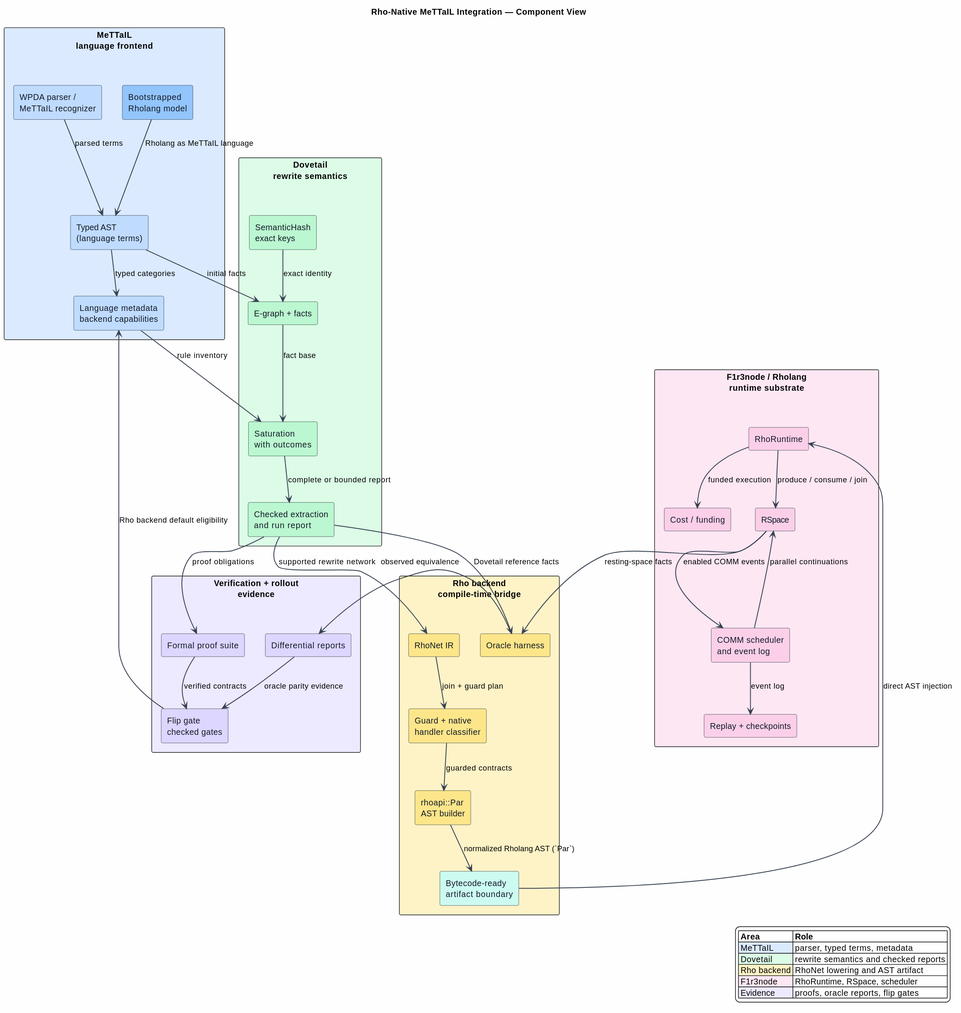
F1R3FLY-io/mettail-rust keeps this PlantUML diagram as docs/architecture/rho-native-integration/figures/README.svg. Above is the earlier version.
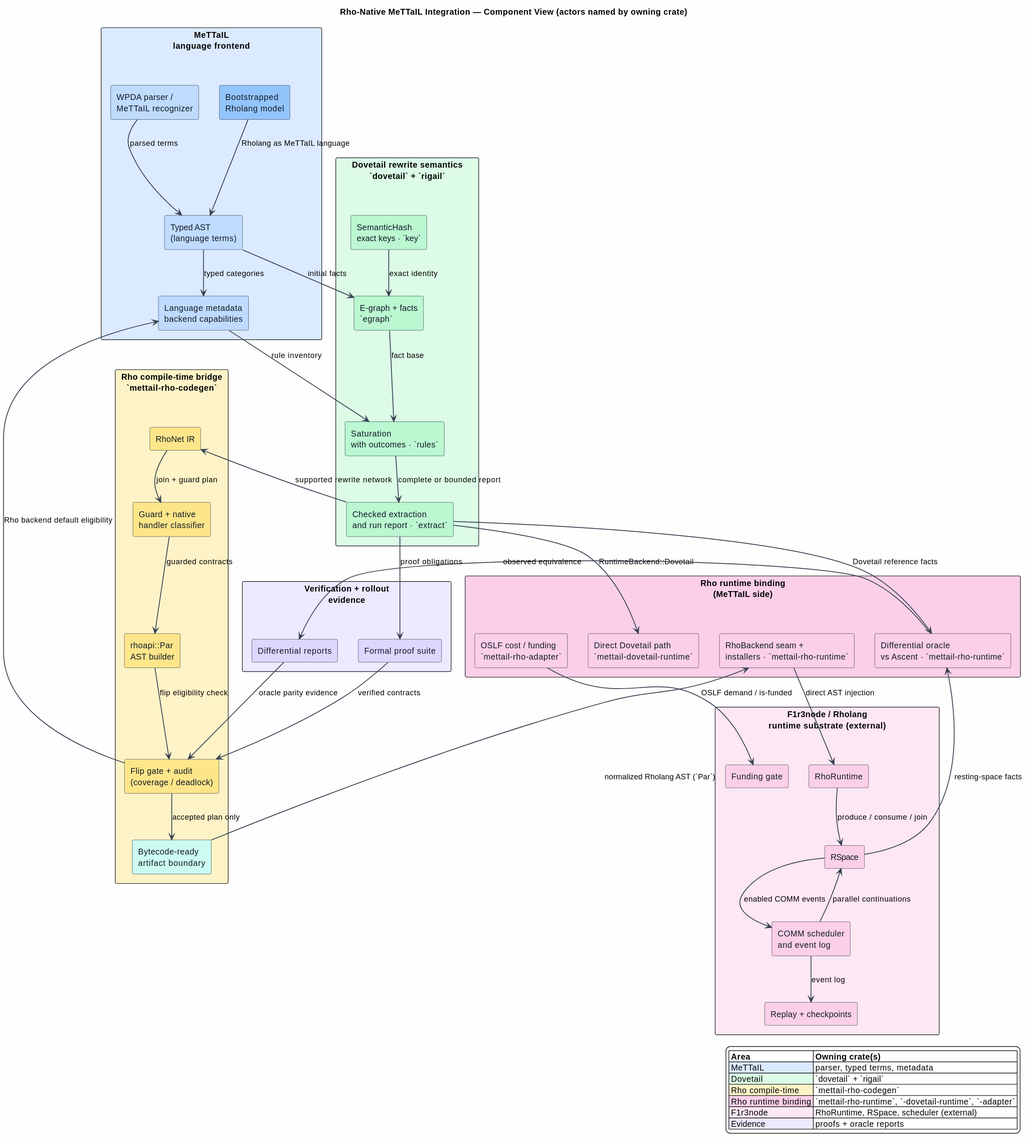
Later version of the same file.

Commit message:
Refine diagram actors: name owning crates, fix misattributions (DOC-6)

Change to the diagram source:
```diff
@@ -1,5 +1,5 @@
 @startuml
-title Rho-Native MeTTaIL Integration — Component View
+title Rho-Native MeTTaIL Integration — Component View (actors named by owning crate)
 
 skinparam backgroundColor #FEFEFE
 skinparam componentStyle rectangle
@@ -18,33 +18,39 @@
   component "Bootstrapped\nRholang model" as RhoModel #93C5FD
 }
 
-rectangle "Dovetail\nrewrite semantics" as D #DCFCE7 {
-  component "SemanticHash\nexact keys" as Keys #BBF7D0
-  component "E-graph + facts" as EGraph #BBF7D0
-  component "Saturation\nwith outcomes" as Saturation #BBF7D0
-  component "Checked extraction\nand run report" as Report #BBF7D0
+rectangle "Dovetail rewrite semantics\n`dovetail` + `rigail`" as D #DCFCE7 {
+  component "SemanticHash\nexact keys · `key`" as Keys #BBF7D0
+  component "E-graph + facts\n`egraph`" as EGraph #BBF7D0
+  component "Saturation\nwith outcomes · `rules`" as Saturation #BBF7D0
+  component "Checked extraction\nand run report · `extract`" as Report #BBF7D0
 }
 
-rectangle "Rho backend\ncompile-time bridge" as B #FEF3C7 {
+rectangle "Rho compile-time bridge\n`mettail-rho-codegen`" as B #FEF3C7 {
   component "RhoNet IR" as RhoNet #FDE68A
   component "Guard + native\nhandler classifier" as Guards #FDE68A
   component "rhoapi::Par\nAST builder" as AstBuilder #FDE68A
+  component "Flip gate + audit\n(coverage / deadlock)" as Gate #FDE68A
   component "Bytecode-ready\nartifact boundary" as Artifact #CCFBF1
-  component "Oracle harness" as Oracle #FDE68A
 }
 
-rectangle "F1r3node / Rholang\nruntime substrate" as F #FCE7F3 {
+rectangle "Rho runtime binding\n(MeTTaIL side)" as R #FBCFE8 {
+  component "RhoBackend seam +\ninstallers · `mettail-rho-runtime`" as Seam #FBCFE8
+  component "Differential oracle\nvs Ascent · `mettail-rho-runtime`" as Oracle #FBCFE8
+  component "Direct Dovetail path\n`mettail-dovetail-runtime`" as DirectPath #FBCFE8
+  component "OSLF cost / funding\n`mettail-rho-adapter`" as Cost #FBCFE8
+}
+
+rectangle "F1r3node / Rholang\nruntime substrate (external)" as F #FCE7F3 {
   component "RhoRuntime" as Runtime #FBCFE8
   component "RSpace" as RSpace #FBCFE8
   component "COMM scheduler\nand event log" as Scheduler #FBCFE8
   component "Replay + checkpoints" as Replay #FBCFE8
-  component "Cost / funding" as Cost #FBCFE8
+  component "Funding gate" as Funding #FBCFE8
 }
 
 rectangle "Verification + rollout\nevidence" as V #EDE9FE {
   component "Formal proof suite" as Formal #DDD6FE
   component "Differential reports" as Diff #DDD6FE
-  component "Flip gate\nchecked gates" as Gate #DDD6FE
 }
 
 Parser --> AST : parsed terms
@@ -58,13 +64,16 @@
 Report --> RhoNet : supported rewrite network
 RhoNet --> Guards : join + guard plan
 Guards --> AstBuilder : guarded contracts
-AstBuilder --> Artifact : normalized Rholang AST (`Par`)
-Artifact --> Runtime : direct AST injection
+AstBuilder --> Gate : flip eligibility check
+Gate --> Artifact : accepted plan only
+Artifact --> Seam : normalized Rholang AST (`Par`)
+Report --> DirectPath : RuntimeBackend::Dovetail
+Seam --> Runtime : direct AST injection
 Runtime --> RSpace : produce / consume / join
 RSpace --> Scheduler : enabled COMM events
 Scheduler --> RSpace : parallel continuations
 Scheduler --> Replay : event log
-Runtime --> Cost : funded execution
+Cost --> Funding : OSLF demand / is-funded
 RSpace --> Oracle : resting-space facts
 Report --> Oracle : Dovetail reference facts
 Oracle --> Diff : observed equivalence
@@ -74,11 +83,12 @@
 Gate --> Metadata : Rho backend default eligibility
 
 legend right
-|= Area |= Role |
+|= Area |= Owning crate(s) |
 |<#DBEAFE> MeTTaIL | parser, typed terms, metadata |
-|<#DCFCE7> Dovetail | rewrite semantics and checked reports |
-|<#FEF3C7> Rho backend | RhoNet lowering and AST artifact |
-|<#FCE7F3> F1r3node | RhoRuntime, RSpace, scheduler |
-|<#EDE9FE> Evidence | proofs, oracle reports, flip gates |
+|<#DCFCE7> Dovetail | `dovetail` + `rigail` |
+|<#FEF3C7> Rho compile-time | `mettail-rho-codegen` |
+|<#FBCFE8> Rho runtime binding | `mettail-rho-runtime`, `-dovetail-runtime`, `-adapter` |
+|<#FCE7F3> F1r3node | RhoRuntime, RSpace, scheduler (external) |
+|<#EDE9FE> Evidence | proofs + oracle reports |
 endlegend
 @enduml
```
